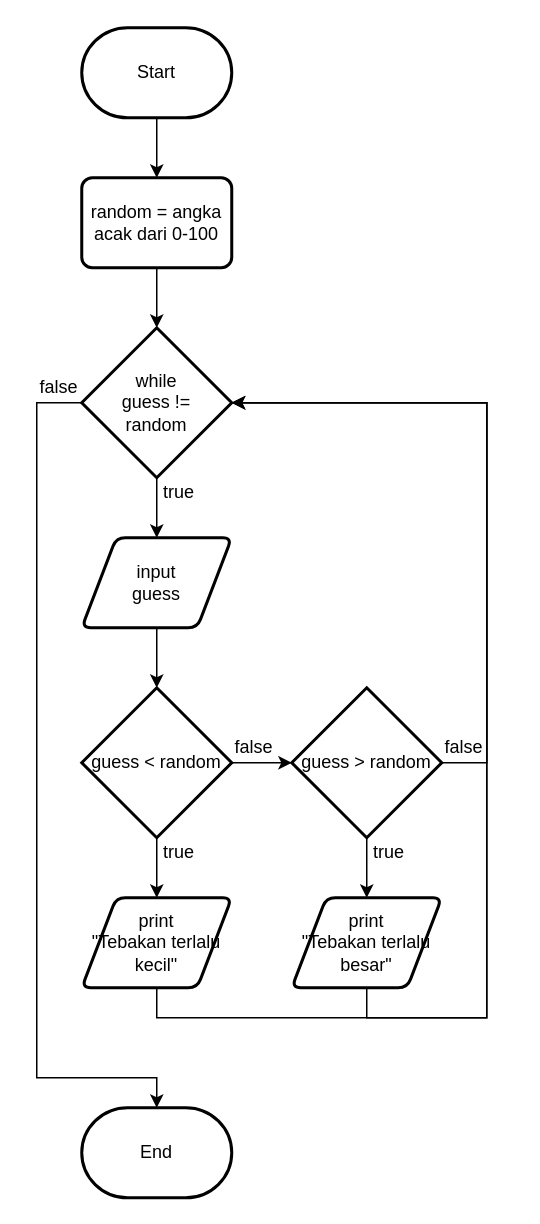
DoubleA478/alprog keeps this draw.io diagram as praktikum 3/percobaan3.drawio. Above is the earlier version. Source tidied: cells renumbered, new cells numbered last; positions are measured from the earlier drawing's top-left corner, leaving out a move shared by most shapes. Both pictures are drawn from the tidied source at 150%, with x=0, y=0 at pixel (36, 27).
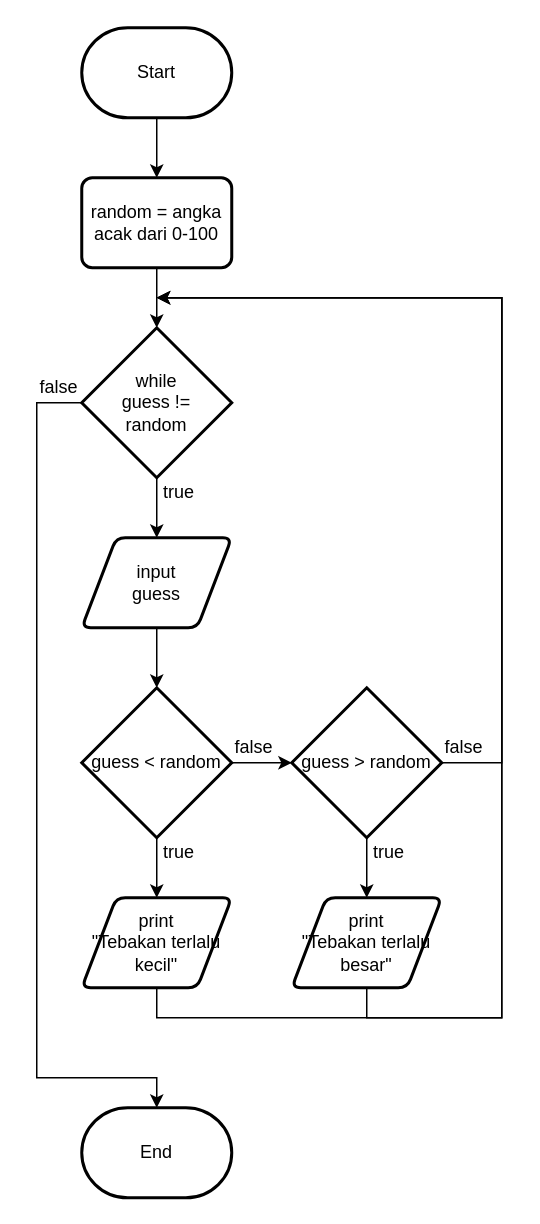
Above is the later version.

The change refers to these unchanged cells:
```xml
<mxCell id="9" value="&lt;div&gt;while&lt;/div&gt;&lt;div&gt;guess !=&lt;/div&gt;&lt;div&gt;random&lt;br&gt;&lt;/div&gt;" style="strokeWidth=2;html=1;shape=mxgraph.flowchart.decision;whiteSpace=wrap;" parent="1" vertex="1">
  <mxGeometry x="30" y="200" width="100" height="100" as="geometry" />
</mxCell>
<mxCell id="17" value="guess &amp;gt; random" style="strokeWidth=2;html=1;shape=mxgraph.flowchart.decision;whiteSpace=wrap;" parent="1" vertex="1">
  <mxGeometry x="170" y="440" width="100" height="100" as="geometry" />
</mxCell>
<mxCell id="19" value="&lt;div&gt;print&lt;/div&gt;&lt;div&gt;&quot;Tebakan terlalu kecil&quot;&lt;br&gt;&lt;/div&gt;" style="shape=parallelogram;html=1;strokeWidth=2;perimeter=parallelogramPerimeter;whiteSpace=wrap;rounded=1;arcSize=12;size=0.23;" parent="1" vertex="1">
  <mxGeometry x="30" y="580" width="100" height="60" as="geometry" />
</mxCell>
<mxCell id="21" value="&lt;div&gt;print&lt;/div&gt;&lt;div&gt;&quot;Tebakan terlalu besar&quot;&lt;br&gt;&lt;/div&gt;" style="shape=parallelogram;html=1;strokeWidth=2;perimeter=parallelogramPerimeter;whiteSpace=wrap;rounded=1;arcSize=12;size=0.23;" parent="1" vertex="1">
  <mxGeometry x="170" y="580" width="100" height="60" as="geometry" />
</mxCell>
```

Diff of the diagram source:
```diff
@@
-    <mxCell id="16" style="edgeStyle=orthogonalEdgeStyle;rounded=0;jettySize=auto;html=1;exitX=1;exitY=0.5;exitDx=0;exitDy=0;exitPerimeter=0;entryX=1;entryY=0.5;entryDx=0;entryDy=0;entryPerimeter=0;" parent="1" edge="1" source="17" target="9">
-      <mxGeometry relative="1" as="geometry">
-        <Array as="points">
-          <mxPoint x="300" y="490" />
-          <mxPoint x="300" y="250" />
-        </Array>
-      </mxGeometry>
-    </mxCell>
+    <mxCell id="28" style="edgeStyle=orthogonalEdgeStyle;rounded=0;jettySize=auto;html=1;exitX=1;exitY=0.5;exitDx=0;exitDy=0;exitPerimeter=0;" parent="1" edge="1" source="17">
+      <mxGeometry relative="1" as="geometry">
+        <mxPoint x="80" y="180" as="targetPoint" />
+        <Array as="points">
+          <mxPoint x="310" y="490" />
+          <mxPoint x="310" y="180" />
+        </Array>
+      </mxGeometry>
+    </mxCell>
@@
-    <mxCell id="18" style="edgeStyle=orthogonalEdgeStyle;rounded=0;jettySize=auto;html=1;exitX=0.5;exitY=1;exitDx=0;exitDy=0;" parent="1" edge="1" source="19">
-      <mxGeometry relative="1" as="geometry">
-        <mxPoint x="130" y="250" as="targetPoint" />
-        <Array as="points">
-          <mxPoint x="80" y="660" />
-          <mxPoint x="300" y="660" />
-          <mxPoint x="300" y="250" />
-        </Array>
-      </mxGeometry>
-    </mxCell>
+    <mxCell id="29" style="edgeStyle=orthogonalEdgeStyle;rounded=0;jettySize=auto;html=1;exitX=0.5;exitY=1;exitDx=0;exitDy=0;" parent="1" edge="1" source="19">
+      <mxGeometry relative="1" as="geometry">
+        <mxPoint x="80" y="180" as="targetPoint" />
+        <Array as="points">
+          <mxPoint x="80" y="660" />
+          <mxPoint x="310" y="660" />
+          <mxPoint x="310" y="180" />
+        </Array>
+      </mxGeometry>
+    </mxCell>
@@
-    <mxCell id="20" style="edgeStyle=orthogonalEdgeStyle;rounded=0;jettySize=auto;html=1;exitX=0.5;exitY=1;exitDx=0;exitDy=0;entryX=1;entryY=0.5;entryDx=0;entryDy=0;entryPerimeter=0;" parent="1" edge="1" source="21" target="9">
-      <mxGeometry relative="1" as="geometry">
-        <Array as="points">
-          <mxPoint x="220" y="660" />
-          <mxPoint x="300" y="660" />
-          <mxPoint x="300" y="250" />
-        </Array>
-      </mxGeometry>
-    </mxCell>
+    <mxCell id="30" style="edgeStyle=orthogonalEdgeStyle;rounded=0;jettySize=auto;html=1;exitX=0.5;exitY=1;exitDx=0;exitDy=0;" parent="1" edge="1" source="21">
+      <mxGeometry relative="1" as="geometry">
+        <mxPoint x="80" y="180" as="targetPoint" />
+        <Array as="points">
+          <mxPoint x="220" y="660" />
+          <mxPoint x="310" y="660" />
+          <mxPoint x="310" y="180" />
+        </Array>
+      </mxGeometry>
+    </mxCell>
```
